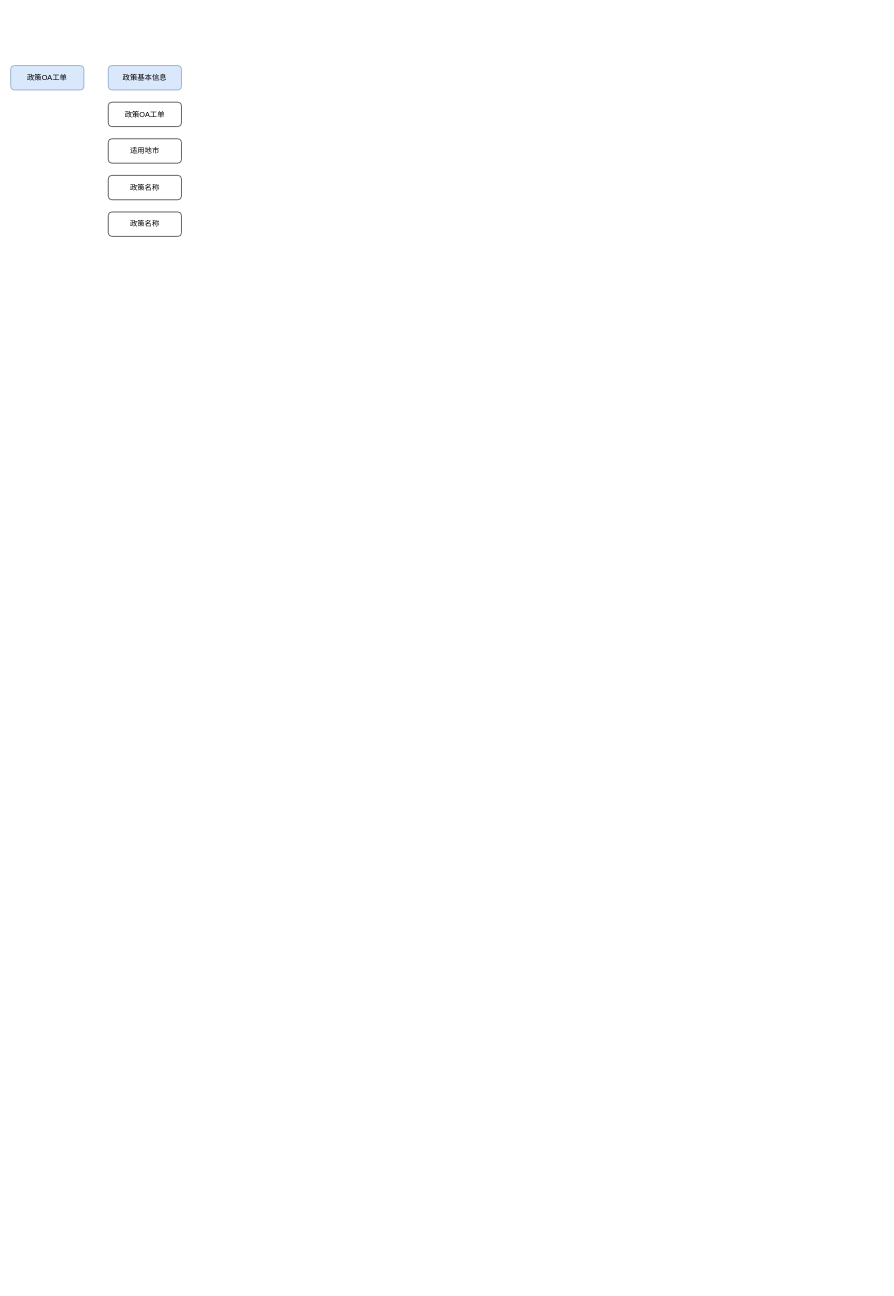
The draw.io diagram 流程图.drawio in viewnn/draw, before the edit. Source tidied: cells renumbered, new cells numbered last; positions are measured from the earlier drawing's top-left corner, leaving out a move shared by most shapes. Both pictures are drawn from the tidied source at 61%, with x=0, y=0 at pixel (10, 65).
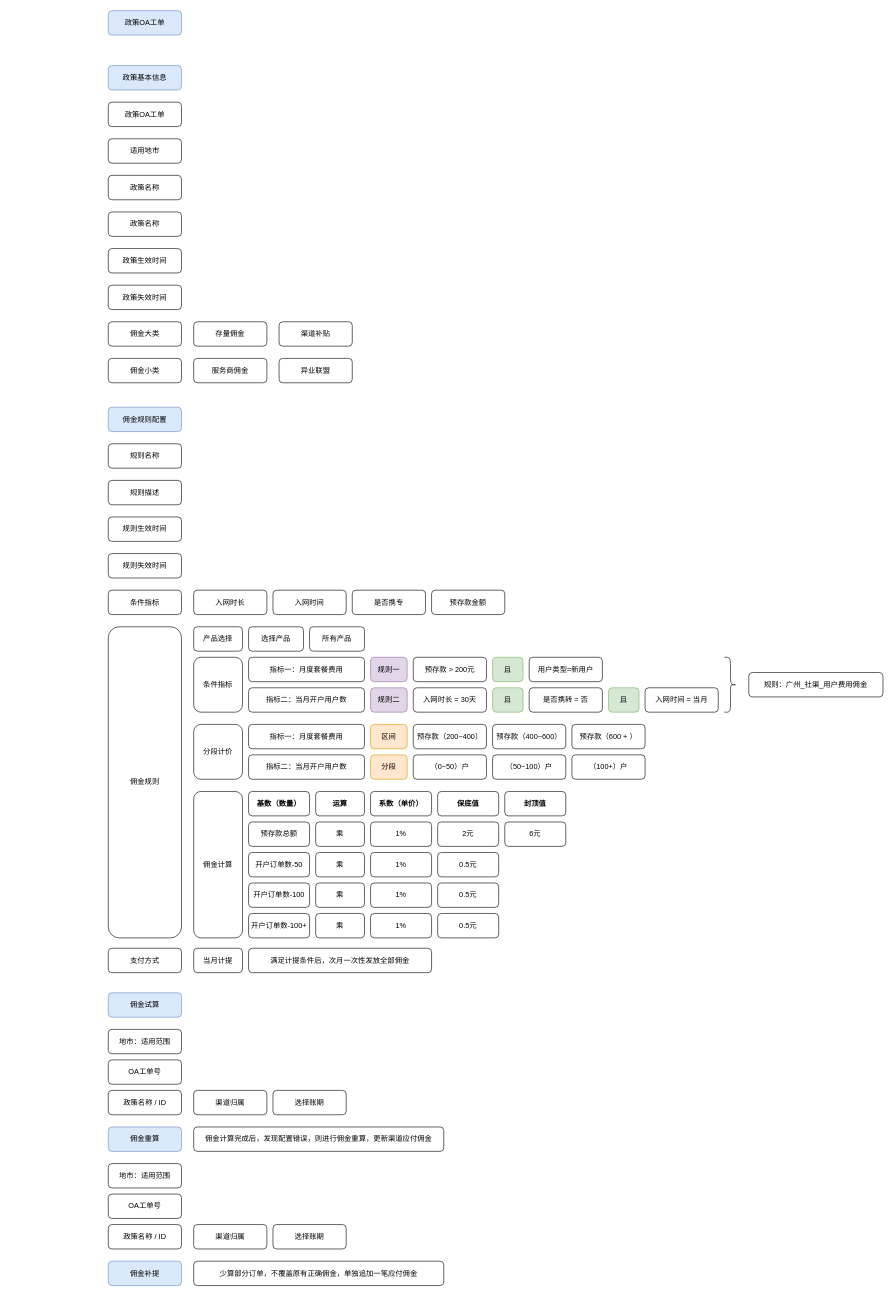
The same page after the edit.

Commit message:
更新流程图.drawio

Diff of the diagram source:
```diff
@@
     <mxCell id="2" value="政策OA工单" style="rounded=1;whiteSpace=wrap;html=1;fillColor=#dae8fc;strokeColor=#6c8ebf;" parent="1" vertex="1">
-      <mxGeometry width="120" height="40" as="geometry" />
+      <mxGeometry x="160" y="-90" width="120" height="40" as="geometry" />
     </mxCell>
@@
+    <mxCell id="8" value="政策生效时间" style="rounded=1;whiteSpace=wrap;html=1;" parent="1" vertex="1">
+      <mxGeometry x="160" y="300" width="120" height="40" as="geometry" />
+    </mxCell>
+    <mxCell id="9" value="政策失效时间" style="rounded=1;whiteSpace=wrap;html=1;" parent="1" vertex="1">
+      <mxGeometry x="160" y="360" width="120" height="40" as="geometry" />
+    </mxCell>
+    <mxCell id="10" value="佣金大类" style="rounded=1;whiteSpace=wrap;html=1;" parent="1" vertex="1">
+      <mxGeometry x="160" y="420" width="120" height="40" as="geometry" />
+    </mxCell>
+    <mxCell id="11" value="佣金小类" style="rounded=1;whiteSpace=wrap;html=1;" parent="1" vertex="1">
+      <mxGeometry x="160" y="480" width="120" height="40" as="geometry" />
+    </mxCell>
+    <mxCell id="12" value="存量佣金" style="rounded=1;whiteSpace=wrap;html=1;" parent="1" vertex="1">
+      <mxGeometry x="300" y="420" width="120" height="40" as="geometry" />
+    </mxCell>
+    <mxCell id="13" value="渠道补贴" style="rounded=1;whiteSpace=wrap;html=1;" parent="1" vertex="1">
+      <mxGeometry x="440" y="420" width="120" height="40" as="geometry" />
+    </mxCell>
+    <mxCell id="14" value="服务商佣金" style="rounded=1;whiteSpace=wrap;html=1;" parent="1" vertex="1">
+      <mxGeometry x="300" y="480" width="120" height="40" as="geometry" />
+    </mxCell>
+    <mxCell id="15" value="异业联盟" style="rounded=1;whiteSpace=wrap;html=1;" parent="1" vertex="1">
+      <mxGeometry x="440" y="480" width="120" height="40" as="geometry" />
+    </mxCell>
+    <mxCell id="16" value="佣金规则配置" style="rounded=1;whiteSpace=wrap;html=1;fillColor=#dae8fc;strokeColor=#6c8ebf;" parent="1" vertex="1">
+      <mxGeometry x="160" y="560" width="120" height="40" as="geometry" />
+    </mxCell>
+    <mxCell id="17" value="规则名称" style="rounded=1;whiteSpace=wrap;html=1;" parent="1" vertex="1">
+      <mxGeometry x="160" y="620" width="120" height="40" as="geometry" />
+    </mxCell>
+    <mxCell id="18" value="规则描述" style="rounded=1;whiteSpace=wrap;html=1;" parent="1" vertex="1">
+      <mxGeometry x="160" y="680" width="120" height="40" as="geometry" />
+    </mxCell>
+    <mxCell id="19" value="规则生效时间" style="rounded=1;whiteSpace=wrap;html=1;" parent="1" vertex="1">
+      <mxGeometry x="160" y="740" width="120" height="40" as="geometry" />
+    </mxCell>
+    <mxCell id="20" value="规则失效时间" style="rounded=1;whiteSpace=wrap;html=1;" parent="1" vertex="1">
+      <mxGeometry x="160" y="800" width="120" height="40" as="geometry" />
+    </mxCell>
+    <mxCell id="21" value="条件指标" style="rounded=1;whiteSpace=wrap;html=1;" parent="1" vertex="1">
+      <mxGeometry x="160" y="860" width="120" height="40" as="geometry" />
+    </mxCell>
+    <mxCell id="22" value="入网时长" style="rounded=1;whiteSpace=wrap;html=1;" parent="1" vertex="1">
+      <mxGeometry x="300" y="860" width="120" height="40" as="geometry" />
+    </mxCell>
+    <mxCell id="23" value="入网时间" style="rounded=1;whiteSpace=wrap;html=1;" parent="1" vertex="1">
+      <mxGeometry x="430" y="860" width="120" height="40" as="geometry" />
+    </mxCell>
+    <mxCell id="24" value="是否携专" style="rounded=1;whiteSpace=wrap;html=1;" parent="1" vertex="1">
+      <mxGeometry x="560" y="860" width="120" height="40" as="geometry" />
+    </mxCell>
+    <mxCell id="25" value="预存款金额" style="rounded=1;whiteSpace=wrap;html=1;" parent="1" vertex="1">
+      <mxGeometry x="690" y="860" width="120" height="40" as="geometry" />
+    </mxCell>
+    <mxCell id="26" value="佣金规则" style="rounded=1;whiteSpace=wrap;html=1;" parent="1" vertex="1">
+      <mxGeometry x="160" y="920" width="120" height="510" as="geometry" />
+    </mxCell>
+    <mxCell id="27" value="规则一" style="rounded=1;whiteSpace=wrap;html=1;fillColor=#e1d5e7;strokeColor=#9673a6;" parent="1" vertex="1">
+      <mxGeometry x="590" y="970" width="60" height="40" as="geometry" />
+    </mxCell>
+    <mxCell id="28" value="预存款 &amp;gt; 200元" style="rounded=1;whiteSpace=wrap;html=1;" parent="1" vertex="1">
+      <mxGeometry x="660" y="970" width="120" height="40" as="geometry" />
+    </mxCell>
+    <mxCell id="29" value="用户类型=新用户" style="rounded=1;whiteSpace=wrap;html=1;" parent="1" vertex="1">
+      <mxGeometry x="850" y="970" width="120" height="40" as="geometry" />
+    </mxCell>
+    <mxCell id="30" value="且" style="rounded=1;whiteSpace=wrap;html=1;fillColor=#d5e8d4;strokeColor=#82b366;" parent="1" vertex="1">
+      <mxGeometry x="790" y="970" width="50" height="40" as="geometry" />
+    </mxCell>
+    <mxCell id="31" value="规则二" style="rounded=1;whiteSpace=wrap;html=1;fillColor=#e1d5e7;strokeColor=#9673a6;" parent="1" vertex="1">
+      <mxGeometry x="590" y="1020" width="60" height="40" as="geometry" />
+    </mxCell>
+    <mxCell id="32" value="入网时长 = 30天" style="rounded=1;whiteSpace=wrap;html=1;" parent="1" vertex="1">
+      <mxGeometry x="660" y="1020" width="120" height="40" as="geometry" />
+    </mxCell>
+    <mxCell id="33" value="且" style="rounded=1;whiteSpace=wrap;html=1;fillColor=#d5e8d4;strokeColor=#82b366;" parent="1" vertex="1">
+      <mxGeometry x="790" y="1020" width="50" height="40" as="geometry" />
+    </mxCell>
+    <mxCell id="34" value="是否携转 = 否" style="rounded=1;whiteSpace=wrap;html=1;" parent="1" vertex="1">
+      <mxGeometry x="850" y="1020" width="120" height="40" as="geometry" />
+    </mxCell>
+    <mxCell id="35" value="条件指标" style="rounded=1;whiteSpace=wrap;html=1;" parent="1" vertex="1">
+      <mxGeometry x="300" y="970" width="80" height="90" as="geometry" />
+    </mxCell>
+    <mxCell id="36" value="分段计价" style="rounded=1;whiteSpace=wrap;html=1;" parent="1" vertex="1">
+      <mxGeometry x="300" y="1080" width="80" height="90" as="geometry" />
+    </mxCell>
+    <mxCell id="37" value="入网时间 = 当月" style="rounded=1;whiteSpace=wrap;html=1;" parent="1" vertex="1">
+      <mxGeometry x="1040" y="1020" width="120" height="40" as="geometry" />
+    </mxCell>
+    <mxCell id="38" value="且" style="rounded=1;whiteSpace=wrap;html=1;fillColor=#d5e8d4;strokeColor=#82b366;" parent="1" vertex="1">
+      <mxGeometry x="980" y="1020" width="50" height="40" as="geometry" />
+    </mxCell>
+    <mxCell id="39" value="指标二：当月开户用户数" style="rounded=1;whiteSpace=wrap;html=1;" parent="1" vertex="1">
+      <mxGeometry x="390" y="1130" width="190" height="40" as="geometry" />
+    </mxCell>
+    <mxCell id="40" value="分段" style="rounded=1;whiteSpace=wrap;html=1;fillColor=#ffe6cc;strokeColor=#d79b00;" parent="1" vertex="1">
+      <mxGeometry x="590" y="1130" width="60" height="40" as="geometry" />
+    </mxCell>
+    <mxCell id="41" value="（0~50）户" style="rounded=1;whiteSpace=wrap;html=1;" parent="1" vertex="1">
+      <mxGeometry x="660" y="1130" width="120" height="40" as="geometry" />
+    </mxCell>
+    <mxCell id="42" value="（50~100）户" style="rounded=1;whiteSpace=wrap;html=1;" parent="1" vertex="1">
+      <mxGeometry x="790" y="1130" width="120" height="40" as="geometry" />
+    </mxCell>
+    <mxCell id="43" value="（100+）户" style="rounded=1;whiteSpace=wrap;html=1;" parent="1" vertex="1">
+      <mxGeometry x="920" y="1130" width="120" height="40" as="geometry" />
+    </mxCell>
+    <mxCell id="44" value="指标一：月度套餐费用" style="rounded=1;whiteSpace=wrap;html=1;" parent="1" vertex="1">
+      <mxGeometry x="390" y="1080" width="190" height="40" as="geometry" />
+    </mxCell>
+    <mxCell id="45" value="区间" style="rounded=1;whiteSpace=wrap;html=1;fillColor=#ffe6cc;strokeColor=#d79b00;" parent="1" vertex="1">
+      <mxGeometry x="590" y="1080" width="60" height="40" as="geometry" />
+    </mxCell>
+    <mxCell id="46" value="预存款（200~400）" style="rounded=1;whiteSpace=wrap;html=1;" parent="1" vertex="1">
+      <mxGeometry x="660" y="1080" width="120" height="40" as="geometry" />
+    </mxCell>
+    <mxCell id="47" value="预存款（400~600）" style="rounded=1;whiteSpace=wrap;html=1;" parent="1" vertex="1">
+      <mxGeometry x="790" y="1080" width="120" height="40" as="geometry" />
+    </mxCell>
+    <mxCell id="48" value="预存款（600 + ）" style="rounded=1;whiteSpace=wrap;html=1;" parent="1" vertex="1">
+      <mxGeometry x="920" y="1080" width="120" height="40" as="geometry" />
+    </mxCell>
+    <mxCell id="49" value="佣金计算" style="rounded=1;whiteSpace=wrap;html=1;" parent="1" vertex="1">
+      <mxGeometry x="300" y="1190" width="80" height="240" as="geometry" />
+    </mxCell>
+    <mxCell id="50" value="指标一：月度套餐费用" style="rounded=1;whiteSpace=wrap;html=1;" parent="1" vertex="1">
+      <mxGeometry x="390" y="970" width="190" height="40" as="geometry" />
+    </mxCell>
+    <mxCell id="51" value="指标二：当月开户用户数" style="rounded=1;whiteSpace=wrap;html=1;" parent="1" vertex="1">
+      <mxGeometry x="390" y="1020" width="190" height="40" as="geometry" />
+    </mxCell>
+    <mxCell id="52" value="基数（数量）" style="rounded=1;whiteSpace=wrap;html=1;fontStyle=1;" parent="1" vertex="1">
+      <mxGeometry x="390" y="1190" width="100" height="40" as="geometry" />
+    </mxCell>
+    <mxCell id="53" style="shape=curlyBracket;whiteSpace=wrap;html=1;rounded=1;flipH=1;labelPosition=right;verticalLabelPosition=middle;align=left;verticalAlign=middle;legacyAnchorPoints=0;" parent="1" vertex="1">
+      <mxGeometry x="1170" y="970" width="20" height="90" as="geometry" />
+    </mxCell>
+    <mxCell id="54" value="规则：广州_社渠_用户费用佣金" style="rounded=1;whiteSpace=wrap;html=1;align=center;" parent="1" vertex="1">
+      <mxGeometry x="1210" y="995" width="220" height="40" as="geometry" />
+    </mxCell>
+    <mxCell id="55" value="预存款总额" style="rounded=1;whiteSpace=wrap;html=1;" parent="1" vertex="1">
+      <mxGeometry x="390" y="1240" width="100" height="40" as="geometry" />
+    </mxCell>
+    <mxCell id="56" value="运算" style="rounded=1;whiteSpace=wrap;html=1;fontStyle=1;" parent="1" vertex="1">
+      <mxGeometry x="500" y="1190" width="80" height="40" as="geometry" />
+    </mxCell>
+    <mxCell id="57" value="系数（单价）" style="rounded=1;whiteSpace=wrap;html=1;fontStyle=1;" parent="1" vertex="1">
+      <mxGeometry x="590" y="1190" width="100" height="40" as="geometry" />
+    </mxCell>
+    <mxCell id="58" value="1%" style="rounded=1;whiteSpace=wrap;html=1;" parent="1" vertex="1">
+      <mxGeometry x="590" y="1240" width="100" height="40" as="geometry" />
+    </mxCell>
+    <mxCell id="59" value="保底值" style="rounded=1;whiteSpace=wrap;html=1;fontStyle=1;" parent="1" vertex="1">
+      <mxGeometry x="700" y="1190" width="100" height="40" as="geometry" />
+    </mxCell>
+    <mxCell id="60" value="2元" style="rounded=1;whiteSpace=wrap;html=1;" parent="1" vertex="1">
+      <mxGeometry x="700" y="1240" width="100" height="40" as="geometry" />
+    </mxCell>
+    <mxCell id="61" value="乘" style="rounded=1;whiteSpace=wrap;html=1;" parent="1" vertex="1">
+      <mxGeometry x="500" y="1240" width="80" height="40" as="geometry" />
+    </mxCell>
+    <mxCell id="62" value="封顶值" style="rounded=1;whiteSpace=wrap;html=1;fontStyle=1;" parent="1" vertex="1">
+      <mxGeometry x="810" y="1190" width="100" height="40" as="geometry" />
+    </mxCell>
+    <mxCell id="63" value="6元" style="rounded=1;whiteSpace=wrap;html=1;" parent="1" vertex="1">
+      <mxGeometry x="810" y="1240" width="100" height="40" as="geometry" />
+    </mxCell>
+    <mxCell id="64" value="支付方式" style="rounded=1;whiteSpace=wrap;html=1;" parent="1" vertex="1">
+      <mxGeometry x="160" y="1447" width="120" height="40" as="geometry" />
+    </mxCell>
+    <mxCell id="65" value="当月计提" style="rounded=1;whiteSpace=wrap;html=1;" parent="1" vertex="1">
+      <mxGeometry x="300" y="1447" width="80" height="40" as="geometry" />
+    </mxCell>
+    <mxCell id="66" value="满足计提条件后，次月一次性发放全部佣金" style="rounded=1;whiteSpace=wrap;html=1;" parent="1" vertex="1">
+      <mxGeometry x="390" y="1447" width="300" height="40" as="geometry" />
+    </mxCell>
+    <mxCell id="67" value="开户订单数-50" style="rounded=1;whiteSpace=wrap;html=1;" parent="1" vertex="1">
+      <mxGeometry x="390" y="1290" width="100" height="40" as="geometry" />
+    </mxCell>
+    <mxCell id="68" value="乘" style="rounded=1;whiteSpace=wrap;html=1;" parent="1" vertex="1">
+      <mxGeometry x="500" y="1290" width="80" height="40" as="geometry" />
+    </mxCell>
+    <mxCell id="69" value="1%" style="rounded=1;whiteSpace=wrap;html=1;" parent="1" vertex="1">
+      <mxGeometry x="590" y="1290" width="100" height="40" as="geometry" />
+    </mxCell>
+    <mxCell id="70" value="0.5元" style="rounded=1;whiteSpace=wrap;html=1;" parent="1" vertex="1">
+      <mxGeometry x="700" y="1290" width="100" height="40" as="geometry" />
+    </mxCell>
+    <mxCell id="71" value="开户订单数-100" style="rounded=1;whiteSpace=wrap;html=1;" parent="1" vertex="1">
+      <mxGeometry x="390" y="1340" width="100" height="40" as="geometry" />
+    </mxCell>
+    <mxCell id="72" value="乘" style="rounded=1;whiteSpace=wrap;html=1;" parent="1" vertex="1">
+      <mxGeometry x="500" y="1340" width="80" height="40" as="geometry" />
+    </mxCell>
+    <mxCell id="73" value="1%" style="rounded=1;whiteSpace=wrap;html=1;" parent="1" vertex="1">
+      <mxGeometry x="590" y="1340" width="100" height="40" as="geometry" />
+    </mxCell>
+    <mxCell id="74" value="0.5元" style="rounded=1;whiteSpace=wrap;html=1;" parent="1" vertex="1">
+      <mxGeometry x="700" y="1340" width="100" height="40" as="geometry" />
+    </mxCell>
+    <mxCell id="75" value="开户订单数-100+" style="rounded=1;whiteSpace=wrap;html=1;" parent="1" vertex="1">
+      <mxGeometry x="390" y="1390" width="100" height="40" as="geometry" />
+    </mxCell>
+    <mxCell id="76" value="乘" style="rounded=1;whiteSpace=wrap;html=1;" parent="1" vertex="1">
+      <mxGeometry x="500" y="1390" width="80" height="40" as="geometry" />
+    </mxCell>
+    <mxCell id="77" value="1%" style="rounded=1;whiteSpace=wrap;html=1;" parent="1" vertex="1">
+      <mxGeometry x="590" y="1390" width="100" height="40" as="geometry" />
+    </mxCell>
+    <mxCell id="78" value="0.5元" style="rounded=1;whiteSpace=wrap;html=1;" parent="1" vertex="1">
+      <mxGeometry x="700" y="1390" width="100" height="40" as="geometry" />
+    </mxCell>
+    <mxCell id="79" value="佣金试算" style="rounded=1;whiteSpace=wrap;html=1;fillColor=#dae8fc;strokeColor=#6c8ebf;" parent="1" vertex="1">
+      <mxGeometry x="160" y="1520" width="120" height="40" as="geometry" />
+    </mxCell>
+    <mxCell id="80" value="地市：适用范围" style="rounded=1;whiteSpace=wrap;html=1;" parent="1" vertex="1">
+      <mxGeometry x="160" y="1580" width="120" height="40" as="geometry" />
+    </mxCell>
+    <mxCell id="81" value="OA工单号" style="rounded=1;whiteSpace=wrap;html=1;" parent="1" vertex="1">
+      <mxGeometry x="160" y="1630" width="120" height="40" as="geometry" />
+    </mxCell>
+    <mxCell id="82" value="政策名称 / ID" style="rounded=1;whiteSpace=wrap;html=1;" parent="1" vertex="1">
+      <mxGeometry x="160" y="1680" width="120" height="40" as="geometry" />
+    </mxCell>
+    <mxCell id="83" value="渠道归属" style="rounded=1;whiteSpace=wrap;html=1;" parent="1" vertex="1">
+      <mxGeometry x="300" y="1680" width="120" height="40" as="geometry" />
+    </mxCell>
+    <mxCell id="84" value="选择账期" style="rounded=1;whiteSpace=wrap;html=1;" parent="1" vertex="1">
+      <mxGeometry x="430" y="1680" width="120" height="40" as="geometry" />
+    </mxCell>
+    <mxCell id="85" value="产品选择" style="rounded=1;whiteSpace=wrap;html=1;" parent="1" vertex="1">
+      <mxGeometry x="300" y="920" width="80" height="40" as="geometry" />
+    </mxCell>
+    <mxCell id="86" value="选择产品" style="rounded=1;whiteSpace=wrap;html=1;" parent="1" vertex="1">
+      <mxGeometry x="390" y="920" width="90" height="40" as="geometry" />
+    </mxCell>
+    <mxCell id="87" value="所有产品" style="rounded=1;whiteSpace=wrap;html=1;" parent="1" vertex="1">
+      <mxGeometry x="490" y="920" width="90" height="40" as="geometry" />
+    </mxCell>
+    <mxCell id="88" value="佣金重算" style="rounded=1;whiteSpace=wrap;html=1;fillColor=#dae8fc;strokeColor=#6c8ebf;" parent="1" vertex="1">
+      <mxGeometry x="160" y="1740" width="120" height="40" as="geometry" />
+    </mxCell>
+    <mxCell id="89" value="地市：适用范围" style="rounded=1;whiteSpace=wrap;html=1;" parent="1" vertex="1">
+      <mxGeometry x="160" y="1800" width="120" height="40" as="geometry" />
+    </mxCell>
+    <mxCell id="90" value="OA工单号" style="rounded=1;whiteSpace=wrap;html=1;" parent="1" vertex="1">
+      <mxGeometry x="160" y="1850" width="120" height="40" as="geometry" />
+    </mxCell>
+    <mxCell id="91" value="政策名称 / ID" style="rounded=1;whiteSpace=wrap;html=1;" parent="1" vertex="1">
+      <mxGeometry x="160" y="1900" width="120" height="40" as="geometry" />
+    </mxCell>
+    <mxCell id="92" value="渠道归属" style="rounded=1;whiteSpace=wrap;html=1;" parent="1" vertex="1">
+      <mxGeometry x="300" y="1900" width="120" height="40" as="geometry" />
+    </mxCell>
+    <mxCell id="93" value="选择账期" style="rounded=1;whiteSpace=wrap;html=1;" parent="1" vertex="1">
+      <mxGeometry x="430" y="1900" width="120" height="40" as="geometry" />
+    </mxCell>
+    <mxCell id="94" value="佣金计算完成后，发现配置错误，则进行佣金重算，更新渠道应付佣金" style="rounded=1;whiteSpace=wrap;html=1;" parent="1" vertex="1">
+      <mxGeometry x="300" y="1740" width="410" height="40" as="geometry" />
+    </mxCell>
+    <mxCell id="95" value="佣金补提" style="rounded=1;whiteSpace=wrap;html=1;fillColor=#dae8fc;strokeColor=#6c8ebf;" parent="1" vertex="1">
+      <mxGeometry x="160" y="1960" width="120" height="40" as="geometry" />
+    </mxCell>
+    <mxCell id="96" value="少算部分订单，不覆盖原有正确佣金，单独追加一笔应付佣金" style="rounded=1;whiteSpace=wrap;html=1;" parent="1" vertex="1">
+      <mxGeometry x="300" y="1960" width="410" height="40" as="geometry" />
+    </mxCell>
```
